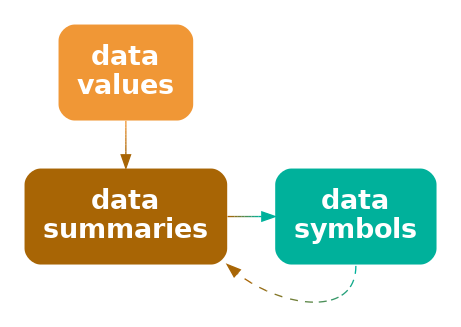
pmur002/hdvw keeps this Graphviz diagram as Diagrams/stat-sym-decode.png. Above is the earlier version. Its source is kept beside it as Diagrams/stat-sym-decode.dot.
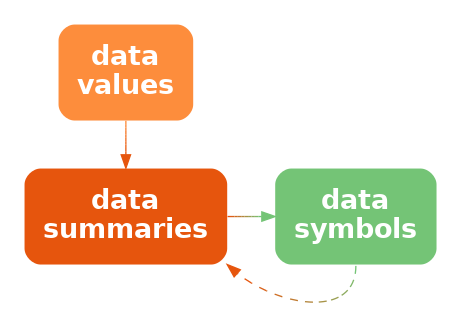
After the commit.

The edit, as a diff of the source:
```diff
@@ -1,12 +1,12 @@
 digraph {
   graph [ rankdir=LR; margin=.2; nodesep=.5 ];
   node [ fontsize=20; fontname="sans bold"; margin=.2 ];
-  data [ label="data\nvalues"; shape=box; style="filled, rounded"; penwidth=0; fontcolor=white; fillcolor="#F09736" ]
-  stat [ label="data\nsummaries"; shape=box; style="filled, rounded"; penwidth=0; fontcolor=white; fillcolor="#A86505" ]
+  data [ label="data\nvalues"; shape=box; style="filled, rounded"; penwidth=0; fontcolor=white; fillcolor="#FD8D3C" ]
+  stat [ label="data\nsummaries"; shape=box; style="filled, rounded"; penwidth=0; fontcolor=white; fillcolor="#E6550D" ]
   sym [ label="data\nsymbols"; shape=box;
-     style="filled, rounded"; penwidth=0; fontcolor=white; fillcolor="#00B19B" ]
-  data -> stat [ color="#F09736;0.1:#E89131;0.1:#E08C2B;0.1:#D88626;0.1:#D08120;0.1:#C87B1B;0.1:#C07615;0.1:#B87010;0.1:#B06B0A;0.1:#A86505;0.1" ]
-  stat -> sym [ color="#A86505;0.1:#956D16;0.1:#837626;0.1:#707E37;0.1:#5D8748;0.1:#4B8F58;0.1:#389869;0.1:#25A07A;0.1:#13A98A;0.1:#00B19B;0.1" ]
-  sym:s -> stat:se [ style="dashed", color="#00B19B;0.1:#13A98A;0.1:#25A07A;0.1:#389869;0.1:#4B8F58;0.1:#5D8748;0.1:#707E37;0.1:#837626;0.1:#956D16;0.1:#A86505;0.1" ]
+     style="filled, rounded"; penwidth=0; fontcolor=white; fillcolor="#74C476" ]
+  data -> stat [ color="#FD8D3C;0.1:#FA8737;0.1:#F88132;0.1:#F57A2C;0.1:#F37427;0.1:#F06E22;0.1:#EE681D;0.1:#EB6117;0.1:#E95B12;0.1:#E6550D;0.1" ]
+  stat -> sym [ color="#E6550D;0.1:#D96119;0.1:#CD6E24;0.1:#C07A30;0.1:#B3863C;0.1:#A79347;0.1:#9A9F53;0.1:#8DAB5F;0.1:#81B86A;0.1:#74C476;0.1" ]
+  sym:s -> stat:se [ style="dashed", color="#74C476;0.1:#81B86A;0.1:#8DAB5F;0.1:#9A9F53;0.1:#A79347;0.1:#B3863C;0.1:#C07A30;0.1:#CD6E24;0.1:#D96119;0.1:#E6550D;0.1" ]
 { rank=same; data, stat }
 }
```
